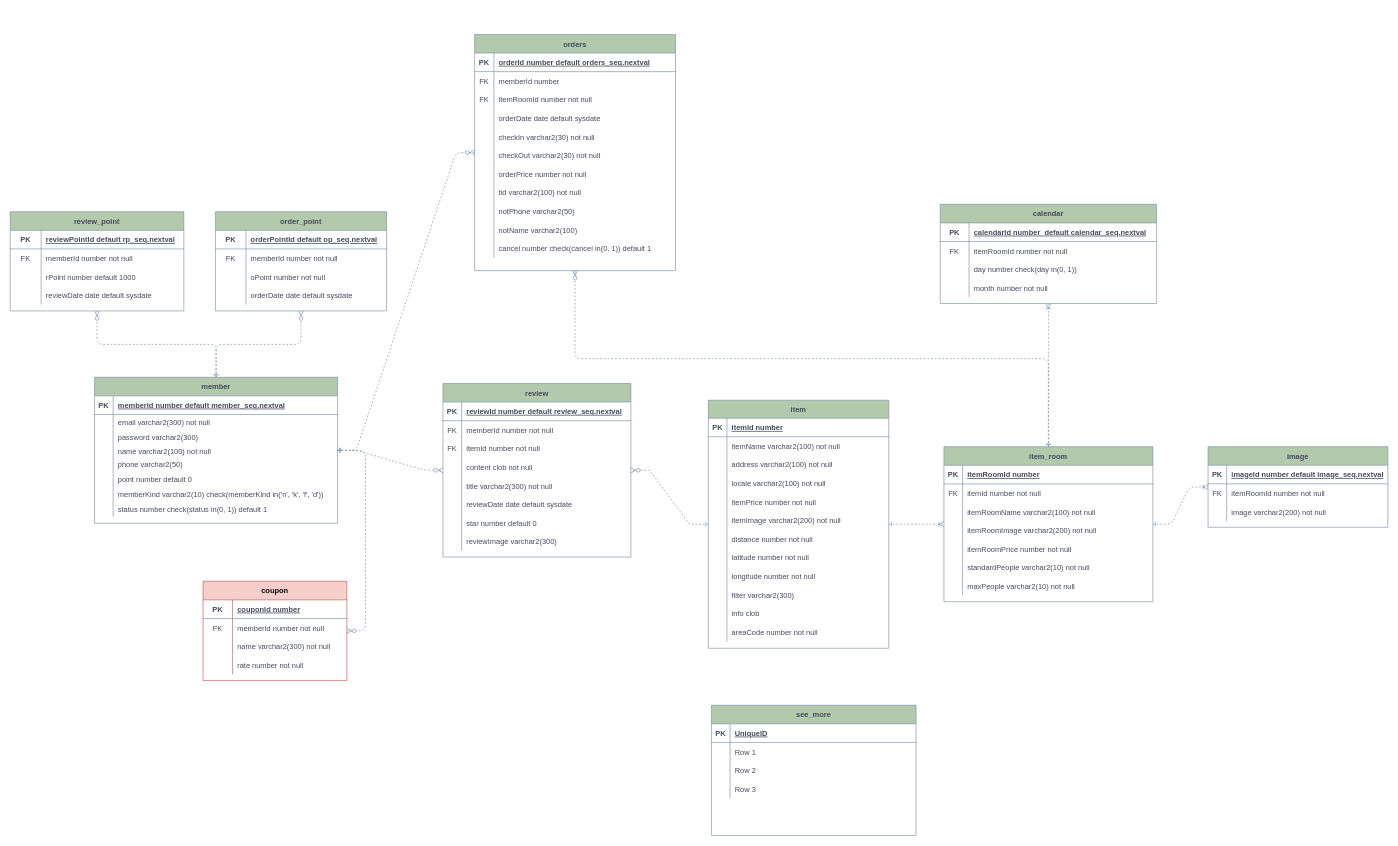
godew/camping keeps this draw.io diagram as teamproject-erd.drawio. Above is the earlier version. Source tidied: cells renumbered, new cells numbered last; positions are measured from the earlier drawing's top-left corner, leaving out a move shared by most shapes. Both pictures are drawn from the tidied source at 62%, with x=0, y=0 at pixel (10, 34).
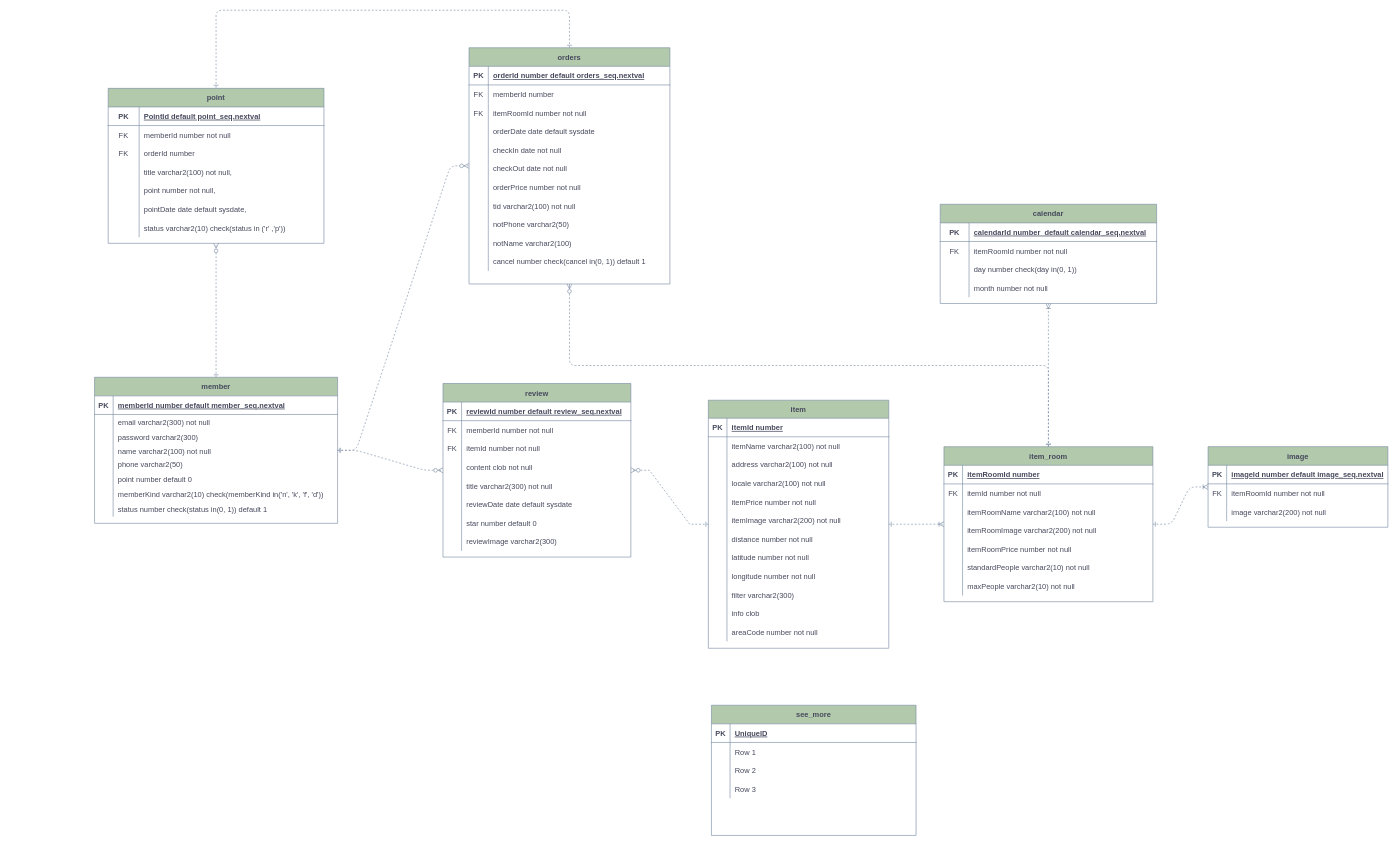
Above is the later version.

The change refers to these unchanged cells:
```xml
<mxCell id="15" style="shape=partialRectangle;fillColor=none;top=0;left=0;right=0;bottom=0;strokeColor=#788AA3;fontColor=#46495D;" parent="2" vertex="1">
  <mxGeometry y="150" width="324" height="30" as="geometry" />
</mxCell>
<mxCell id="18" style="shape=partialRectangle;fillColor=none;top=0;left=0;right=0;bottom=0;strokeColor=#788AA3;fontColor=#46495D;" parent="2" vertex="1">
  <mxGeometry y="180" width="324" height="30" as="geometry" />
</mxCell>
<mxCell id="36" value="member" style="shape=table;startSize=30;childLayout=tableLayout;rowLines=0;fontStyle=1;align=center;fillColor=#B2C9AB;strokeColor=#788AA3;fontColor=#46495D;" parent="1" vertex="1">
  <mxGeometry x="136" y="553" width="392" height="235.6" as="geometry" />
</mxCell>
```

Change to the diagram source:
```diff
@@
     <mxCell id="2" value="orders" style="shape=table;startSize=30;childLayout=tableLayout;rowLines=0;fontStyle=1;align=center;fillColor=#B2C9AB;strokeColor=#788AA3;fontColor=#46495D;" parent="1" vertex="1">
-      <mxGeometry x="749" width="324" height="381" as="geometry" />
+      <mxGeometry x="740" y="21.5" width="324" height="381" as="geometry" />
     </mxCell>
@@
-    <mxCell id="17" value="checkIn varchar2(30) not null" style="shape=partialRectangle;overflow=hidden;fillColor=none;top=0;left=0;bottom=0;right=0;align=left;spacingLeft=6;strokeColor=#788AA3;fontColor=#46495D;strokeWidth=4;perimeterSpacing=13;" parent="15" vertex="1">
+    <mxCell id="17" value="checkIn date not null" style="shape=partialRectangle;overflow=hidden;fillColor=none;top=0;left=0;bottom=0;right=0;align=left;spacingLeft=6;strokeColor=#788AA3;fontColor=#46495D;strokeWidth=4;perimeterSpacing=13;" parent="15" vertex="1">
       <mxGeometry x="31.1" width="292.9" height="30" as="geometry" />
     </mxCell>
@@
-    <mxCell id="20" value="checkOut varchar2(30) not null" style="shape=partialRectangle;overflow=hidden;fillColor=none;top=0;left=0;bottom=0;right=0;align=left;spacingLeft=6;strokeColor=#788AA3;fontColor=#46495D;strokeWidth=4;perimeterSpacing=13;" parent="18" vertex="1">
+    <mxCell id="20" value="checkOut date not null" style="shape=partialRectangle;overflow=hidden;fillColor=none;top=0;left=0;bottom=0;right=0;align=left;spacingLeft=6;strokeColor=#788AA3;fontColor=#46495D;strokeWidth=4;perimeterSpacing=13;" parent="18" vertex="1">
       <mxGeometry x="31.1" width="292.9" height="30" as="geometry" />
     </mxCell>
@@
-    <mxCell id="100" value="coupon" style="shape=table;startSize=30;childLayout=tableLayout;rowLines=0;fontStyle=1;align=center;rounded=0;sketch=0;strokeColor=#b85450;fillColor=#f8cecc;" parent="1" vertex="1">
-      <mxGeometry x="311" y="882" width="232" height="160" as="geometry" />
-    </mxCell>
-    <mxCell id="101" style="shape=partialRectangle;fillColor=none;top=0;left=0;bottom=1;right=0;rounded=0;sketch=0;fontColor=#46495D;strokeColor=#788AA3;" parent="100" vertex="1">
-      <mxGeometry y="30" width="232" height="30" as="geometry" />
-    </mxCell>
-    <mxCell id="102" value="PK" style="shape=partialRectangle;fillColor=none;top=0;left=0;bottom=0;right=0;fontStyle=1;overflow=hidden;rounded=0;sketch=0;fontColor=#46495D;strokeColor=#788AA3;" parent="101" vertex="1">
-      <mxGeometry width="47.6" height="30" as="geometry" />
-    </mxCell>
-    <mxCell id="103" value="couponId number" style="shape=partialRectangle;fillColor=none;top=0;left=0;bottom=0;right=0;align=left;spacingLeft=6;fontStyle=5;overflow=hidden;rounded=0;sketch=0;fontColor=#46495D;strokeColor=#788AA3;" parent="101" vertex="1">
-      <mxGeometry x="47.6" width="184.4" height="30" as="geometry" />
-    </mxCell>
-    <mxCell id="104" style="shape=partialRectangle;fillColor=none;top=0;left=0;bottom=0;right=0;rounded=0;sketch=0;fontColor=#46495D;strokeColor=#788AA3;" parent="100" vertex="1">
-      <mxGeometry y="60" width="232" height="30" as="geometry" />
-    </mxCell>
-    <mxCell id="105" value="FK" style="shape=partialRectangle;fillColor=none;top=0;left=0;bottom=0;right=0;overflow=hidden;rounded=0;sketch=0;fontColor=#46495D;strokeColor=#788AA3;" parent="104" vertex="1">
-      <mxGeometry width="47.6" height="30" as="geometry" />
-    </mxCell>
-    <mxCell id="106" value="memberId number not null" style="shape=partialRectangle;fillColor=none;top=0;left=0;bottom=0;right=0;align=left;spacingLeft=6;overflow=hidden;rounded=0;sketch=0;fontColor=#46495D;strokeColor=#788AA3;" parent="104" vertex="1">
-      <mxGeometry x="47.6" width="184.4" height="30" as="geometry" />
-    </mxCell>
-    <mxCell id="107" style="shape=partialRectangle;fillColor=none;top=0;left=0;bottom=0;right=0;rounded=0;sketch=0;fontColor=#46495D;strokeColor=#788AA3;" parent="100" vertex="1">
-      <mxGeometry y="90" width="232" height="30" as="geometry" />
-    </mxCell>
-    <mxCell id="108" style="shape=partialRectangle;fillColor=none;top=0;left=0;bottom=0;right=0;overflow=hidden;rounded=0;sketch=0;fontColor=#46495D;strokeColor=#788AA3;" parent="107" vertex="1">
-      <mxGeometry width="47.6" height="30" as="geometry" />
-    </mxCell>
-    <mxCell id="109" value="name varchar2(300) not null" style="shape=partialRectangle;fillColor=none;top=0;left=0;bottom=0;right=0;align=left;spacingLeft=6;overflow=hidden;rounded=0;sketch=0;fontColor=#46495D;strokeColor=#788AA3;" parent="107" vertex="1">
-      <mxGeometry x="47.6" width="184.4" height="30" as="geometry" />
-    </mxCell>
-    <mxCell id="110" style="shape=partialRectangle;fillColor=none;top=0;left=0;bottom=0;right=0;rounded=0;sketch=0;fontColor=#46495D;strokeColor=#788AA3;" parent="100" vertex="1">
-      <mxGeometry y="120" width="232" height="30" as="geometry" />
-    </mxCell>
-    <mxCell id="111" style="shape=partialRectangle;fillColor=none;top=0;left=0;bottom=0;right=0;overflow=hidden;rounded=0;sketch=0;fontColor=#46495D;strokeColor=#788AA3;" parent="110" vertex="1">
-      <mxGeometry width="47.6" height="30" as="geometry" />
-    </mxCell>
-    <mxCell id="112" value="rate number not null" style="shape=partialRectangle;fillColor=none;top=0;left=0;bottom=0;right=0;align=left;spacingLeft=6;overflow=hidden;rounded=0;sketch=0;fontColor=#46495D;strokeColor=#788AA3;" parent="110" vertex="1">
-      <mxGeometry x="47.6" width="184.4" height="30" as="geometry" />
-    </mxCell>
-    <mxCell id="113" style="edgeStyle=entityRelationEdgeStyle;fontSize=12;html=1;endArrow=ERzeroToMany;startArrow=ERone;rounded=1;sketch=0;fontColor=#46495D;strokeColor=#788AA3;fillColor=#B2C9AB;curved=0;startFill=0;dashed=1;" parent="1" edge="1" source="36" target="100">
-      <mxGeometry relative="1" as="geometry" />
-    </mxCell>
@@
-    <mxCell id="164" value="review_point" style="shape=table;startSize=30;childLayout=tableLayout;rowLines=0;fontStyle=1;align=center;fillColor=#B2C9AB;strokeColor=#788AA3;fontColor=#46495D;" parent="1" vertex="1">
-      <mxGeometry y="286" width="280" height="160" as="geometry" />
+    <mxCell id="164" value="point" style="shape=table;startSize=30;childLayout=tableLayout;rowLines=0;fontStyle=1;align=center;fillColor=#B2C9AB;strokeColor=#788AA3;fontColor=#46495D;" parent="1" vertex="1">
+      <mxGeometry x="158" y="87" width="348" height="250" as="geometry" />
     </mxCell>
     <mxCell id="165" style="shape=partialRectangle;fillColor=none;top=0;left=0;bottom=1;right=0;strokeColor=#788AA3;fontColor=#46495D;" parent="164" vertex="1">
-      <mxGeometry y="30" width="280" height="30" as="geometry" />
+      <mxGeometry y="30" width="348" height="30" as="geometry" />
     </mxCell>
@@
-    <mxCell id="167" value="reviewPointId default rp_seq.nextval" style="shape=partialRectangle;fillColor=none;top=0;left=0;bottom=0;right=0;align=left;spacingLeft=6;fontStyle=5;overflow=hidden;strokeColor=#788AA3;fontColor=#46495D;" parent="165" vertex="1">
-      <mxGeometry x="49.9" width="230.1" height="30" as="geometry" />
+    <mxCell id="167" value="PointId default point_seq.nextval" style="shape=partialRectangle;fillColor=none;top=0;left=0;bottom=0;right=0;align=left;spacingLeft=6;fontStyle=5;overflow=hidden;strokeColor=#788AA3;fontColor=#46495D;" parent="165" vertex="1">
+      <mxGeometry x="49.9" width="298.1" height="30" as="geometry" />
     </mxCell>
     <mxCell id="168" style="shape=partialRectangle;fillColor=none;top=0;left=0;bottom=0;right=0;strokeColor=#788AA3;fontColor=#46495D;" parent="164" vertex="1">
-      <mxGeometry y="60" width="280" height="30" as="geometry" />
+      <mxGeometry y="60" width="348" height="30" as="geometry" />
     </mxCell>
@@
     <mxCell id="170" value="memberId number not null" style="shape=partialRectangle;fillColor=none;top=0;left=0;bottom=0;right=0;align=left;spacingLeft=6;overflow=hidden;strokeColor=#788AA3;fontColor=#46495D;" parent="168" vertex="1">
-      <mxGeometry x="49.9" width="230.1" height="30" as="geometry" />
+      <mxGeometry x="49.9" width="298.1" height="30" as="geometry" />
     </mxCell>
+    <mxCell id="230" style="shape=partialRectangle;fillColor=none;top=0;left=0;bottom=0;right=0;strokeColor=#788AA3;fontColor=#46495D;" parent="164" vertex="1">
+      <mxGeometry y="90" width="348" height="30" as="geometry" />
+    </mxCell>
+    <mxCell id="182" value="FK" style="shape=partialRectangle;fillColor=none;top=0;left=0;bottom=0;right=0;overflow=hidden;strokeColor=#788AA3;fontColor=#46495D;" parent="230" vertex="1">
+      <mxGeometry width="49.9" height="30" as="geometry" />
+    </mxCell>
+    <mxCell id="231" value="orderId number" style="shape=partialRectangle;fillColor=none;top=0;left=0;bottom=0;right=0;align=left;spacingLeft=6;overflow=hidden;strokeColor=#788AA3;fontColor=#46495D;" parent="230" vertex="1">
+      <mxGeometry x="49.9" width="298.1" height="30" as="geometry" />
+    </mxCell>
     <mxCell id="171" style="shape=partialRectangle;fillColor=none;top=0;left=0;bottom=0;right=0;strokeColor=#788AA3;fontColor=#46495D;" parent="164" vertex="1">
-      <mxGeometry y="90" width="280" height="30" as="geometry" />
+      <mxGeometry y="120" width="348" height="30" as="geometry" />
     </mxCell>
@@
-    <mxCell id="173" value="rPoint number default 1000" style="shape=partialRectangle;fillColor=none;top=0;left=0;bottom=0;right=0;align=left;spacingLeft=6;overflow=hidden;strokeColor=#788AA3;fontColor=#46495D;" parent="171" vertex="1">
-      <mxGeometry x="49.9" width="230.1" height="30" as="geometry" />
+    <mxCell id="173" value="title varchar2(100) not null," style="shape=partialRectangle;fillColor=none;top=0;left=0;bottom=0;right=0;align=left;spacingLeft=6;overflow=hidden;strokeColor=#788AA3;fontColor=#46495D;" parent="171" vertex="1">
+      <mxGeometry x="49.9" width="298.1" height="30" as="geometry" />
     </mxCell>
     <mxCell id="174" style="shape=partialRectangle;fillColor=none;top=0;left=0;bottom=0;right=0;strokeColor=#788AA3;fontColor=#46495D;" parent="164" vertex="1">
-      <mxGeometry y="120" width="280" height="30" as="geometry" />
+      <mxGeometry y="150" width="348" height="30" as="geometry" />
     </mxCell>
@@
-    <mxCell id="176" value="reviewDate date default sysdate" style="shape=partialRectangle;fillColor=none;top=0;left=0;bottom=0;right=0;align=left;spacingLeft=6;overflow=hidden;strokeColor=#788AA3;fontColor=#46495D;" parent="174" vertex="1">
-      <mxGeometry x="49.9" width="230.1" height="30" as="geometry" />
+    <mxCell id="176" value="point number not null," style="shape=partialRectangle;fillColor=none;top=0;left=0;bottom=0;right=0;align=left;spacingLeft=6;overflow=hidden;strokeColor=#788AA3;fontColor=#46495D;" parent="174" vertex="1">
+      <mxGeometry x="49.9" width="298.1" height="30" as="geometry" />
     </mxCell>
-    <mxCell id="177" value="order_point" style="shape=table;startSize=30;childLayout=tableLayout;rowLines=0;fontStyle=1;align=center;fillColor=#B2C9AB;strokeColor=#788AA3;fontColor=#46495D;" parent="1" vertex="1">
-      <mxGeometry x="331" y="286" width="276" height="160" as="geometry" />
-    </mxCell>
-    <mxCell id="178" style="shape=partialRectangle;fillColor=none;top=0;left=0;bottom=1;right=0;strokeColor=#788AA3;fontColor=#46495D;" parent="177" vertex="1">
-      <mxGeometry y="30" width="276" height="30" as="geometry" />
-    </mxCell>
-    <mxCell id="179" value="PK" style="shape=partialRectangle;fillColor=none;top=0;left=0;bottom=0;right=0;fontStyle=1;overflow=hidden;strokeColor=#788AA3;fontColor=#46495D;" parent="178" vertex="1">
-      <mxGeometry width="49.2" height="30" as="geometry" />
-    </mxCell>
-    <mxCell id="180" value="orderPointId default op_seq.nextval" style="shape=partialRectangle;fillColor=none;top=0;left=0;bottom=0;right=0;align=left;spacingLeft=6;fontStyle=5;overflow=hidden;strokeColor=#788AA3;fontColor=#46495D;" parent="178" vertex="1">
-      <mxGeometry x="49.2" width="226.8" height="30" as="geometry" />
-    </mxCell>
-    <mxCell id="181" style="shape=partialRectangle;fillColor=none;top=0;left=0;bottom=0;right=0;strokeColor=#788AA3;fontColor=#46495D;" parent="177" vertex="1">
-      <mxGeometry y="60" width="276" height="30" as="geometry" />
-    </mxCell>
-    <mxCell id="182" value="FK" style="shape=partialRectangle;fillColor=none;top=0;left=0;bottom=0;right=0;overflow=hidden;strokeColor=#788AA3;fontColor=#46495D;" parent="181" vertex="1">
-      <mxGeometry width="49.2" height="30" as="geometry" />
-    </mxCell>
-    <mxCell id="183" value="memberId number not null" style="shape=partialRectangle;fillColor=none;top=0;left=0;bottom=0;right=0;align=left;spacingLeft=6;overflow=hidden;strokeColor=#788AA3;fontColor=#46495D;" parent="181" vertex="1">
-      <mxGeometry x="49.2" width="226.8" height="30" as="geometry" />
-    </mxCell>
-    <mxCell id="184" style="shape=partialRectangle;fillColor=none;top=0;left=0;bottom=0;right=0;strokeColor=#788AA3;fontColor=#46495D;" parent="177" vertex="1">
-      <mxGeometry y="90" width="276" height="30" as="geometry" />
-    </mxCell>
-    <mxCell id="185" style="shape=partialRectangle;fillColor=none;top=0;left=0;bottom=0;right=0;overflow=hidden;strokeColor=#788AA3;fontColor=#46495D;" parent="184" vertex="1">
-      <mxGeometry width="49.2" height="30" as="geometry" />
-    </mxCell>
-    <mxCell id="186" value="oPoint number not null" style="shape=partialRectangle;fillColor=none;top=0;left=0;bottom=0;right=0;align=left;spacingLeft=6;overflow=hidden;strokeColor=#788AA3;fontColor=#46495D;" parent="184" vertex="1">
-      <mxGeometry x="49.2" width="226.8" height="30" as="geometry" />
-    </mxCell>
-    <mxCell id="187" style="shape=partialRectangle;fillColor=none;top=0;left=0;bottom=0;right=0;strokeColor=#788AA3;fontColor=#46495D;" parent="177" vertex="1">
-      <mxGeometry y="120" width="276" height="30" as="geometry" />
-    </mxCell>
-    <mxCell id="188" style="shape=partialRectangle;fillColor=none;top=0;left=0;bottom=0;right=0;overflow=hidden;strokeColor=#788AA3;fontColor=#46495D;" parent="187" vertex="1">
-      <mxGeometry width="49.2" height="30" as="geometry" />
-    </mxCell>
-    <mxCell id="189" value="orderDate date default sysdate" style="shape=partialRectangle;fillColor=none;top=0;left=0;bottom=0;right=0;align=left;spacingLeft=6;overflow=hidden;strokeColor=#788AA3;fontColor=#46495D;" parent="187" vertex="1">
-      <mxGeometry x="49.2" width="226.8" height="30" as="geometry" />
-    </mxCell>
-    <mxCell id="190" style="edgeStyle=elbowEdgeStyle;fontSize=12;html=1;endArrow=ERzeroToMany;startArrow=ERone;rounded=1;sketch=0;fontColor=#46495D;strokeColor=#788AA3;fillColor=#B2C9AB;startFill=0;dashed=1;elbow=vertical;" parent="1" edge="1" source="36" target="177">
-      <mxGeometry relative="1" as="geometry" />
-    </mxCell>
+    <mxCell id="232" style="shape=partialRectangle;fillColor=none;top=0;left=0;bottom=0;right=0;strokeColor=#788AA3;fontColor=#46495D;" parent="164" vertex="1">
+      <mxGeometry y="180" width="348" height="30" as="geometry" />
+    </mxCell>
+    <mxCell id="233" style="shape=partialRectangle;fillColor=none;top=0;left=0;bottom=0;right=0;overflow=hidden;strokeColor=#788AA3;fontColor=#46495D;" parent="232" vertex="1">
+      <mxGeometry width="49.9" height="30" as="geometry" />
+    </mxCell>
+    <mxCell id="234" value="pointDate date default sysdate," style="shape=partialRectangle;fillColor=none;top=0;left=0;bottom=0;right=0;align=left;spacingLeft=6;overflow=hidden;strokeColor=#788AA3;fontColor=#46495D;" parent="232" vertex="1">
+      <mxGeometry x="49.9" width="298.1" height="30" as="geometry" />
+    </mxCell>
+    <mxCell id="235" style="shape=partialRectangle;fillColor=none;top=0;left=0;bottom=0;right=0;strokeColor=#788AA3;fontColor=#46495D;" parent="164" vertex="1">
+      <mxGeometry y="210" width="348" height="30" as="geometry" />
+    </mxCell>
+    <mxCell id="236" style="shape=partialRectangle;fillColor=none;top=0;left=0;bottom=0;right=0;overflow=hidden;strokeColor=#788AA3;fontColor=#46495D;" parent="235" vertex="1">
+      <mxGeometry width="49.9" height="30" as="geometry" />
+    </mxCell>
+    <mxCell id="237" value="status varchar2(10) check(status in ('r' ,'p'))" style="shape=partialRectangle;fillColor=none;top=0;left=0;bottom=0;right=0;align=left;spacingLeft=6;overflow=hidden;strokeColor=#788AA3;fontColor=#46495D;" parent="235" vertex="1">
+      <mxGeometry x="49.9" width="298.1" height="30" as="geometry" />
+    </mxCell>
@@
+    <mxCell id="238" style="edgeStyle=elbowEdgeStyle;fontSize=12;html=1;endArrow=ERone;startArrow=ERone;rounded=1;sketch=0;fontColor=#46495D;strokeColor=#788AA3;fillColor=#B2C9AB;startFill=0;dashed=1;elbow=vertical;endFill=0;" parent="1" edge="1" target="2">
+      <mxGeometry relative="1" as="geometry">
+        <mxPoint x="332" y="86" as="sourcePoint" />
+        <Array as="points">
+          <mxPoint x="627" y="-39" />
+        </Array>
+      </mxGeometry>
+    </mxCell>
```
